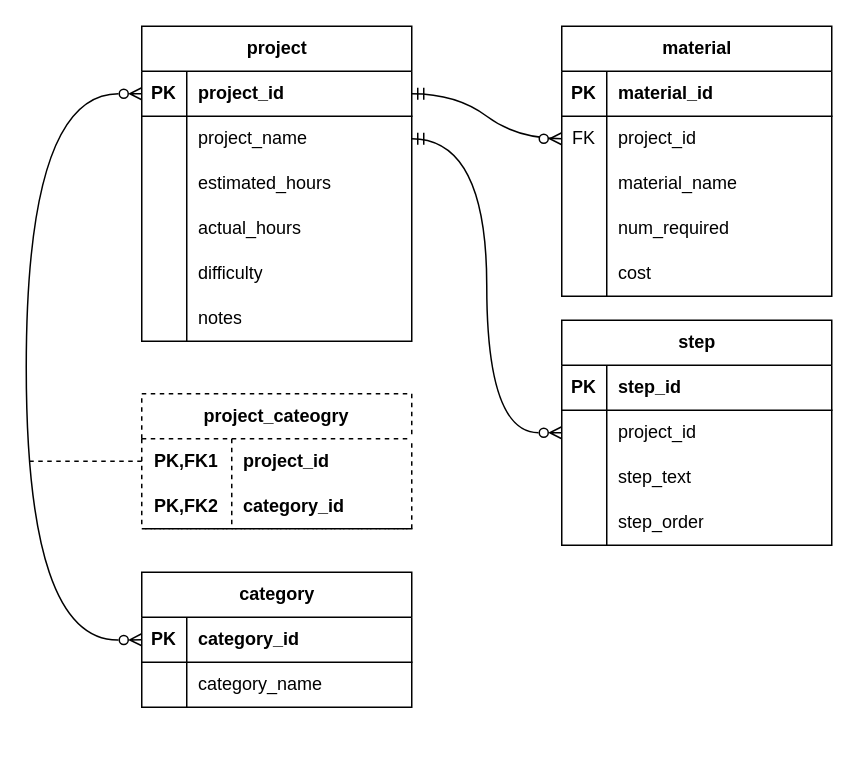
Above: src/main/resources/projects_erd.drawio in ProjectGrantwood/mysql-java-projects (draw.io), before the change. Source tidied: cells renumbered, new cells numbered last; positions are measured from the earlier drawing's top-left corner, leaving out a move shared by most shapes. Both pictures are drawn from the tidied source at 150%, with x=0, y=0 at pixel (26, 26).
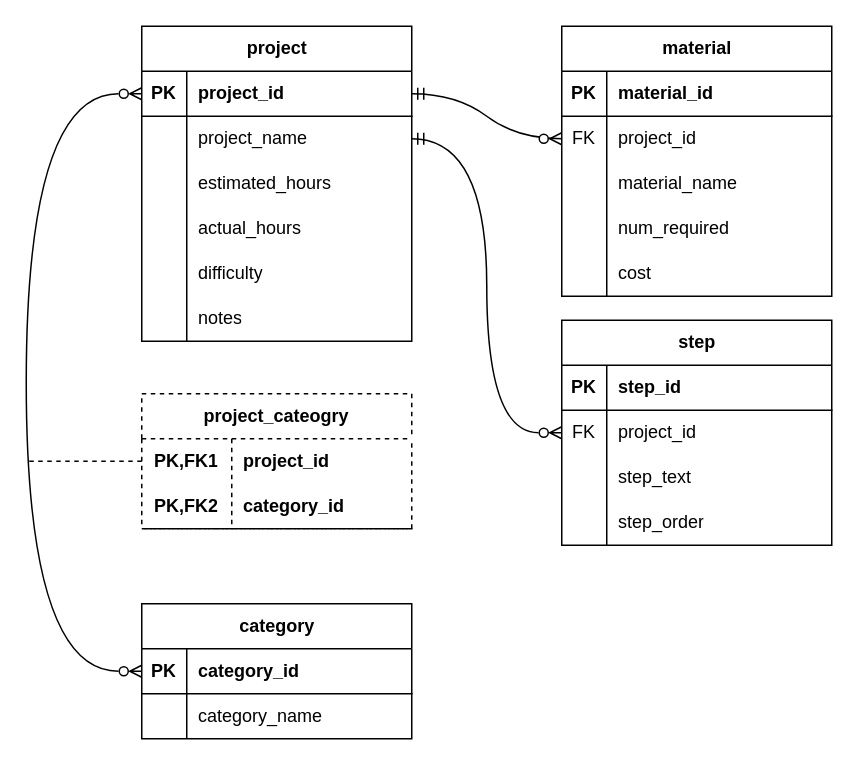
Above is the later version.

Commit message (it also covers changes not shown here):
added an FK in one table

The change refers to these unchanged cells:
```xml
<mxCell id="4" style="shape=tableRow;horizontal=0;startSize=0;swimlaneHead=0;swimlaneBody=0;fillColor=none;points=[[0,0.5],[1,0.5]];portConstraint=eastwest;top=0;left=0;right=0;bottom=1;" parent="3" vertex="1">
  <mxGeometry y="30" width="180" height="30" as="geometry" />
</mxCell>
<mxCell id="5" value="PK" style="shape=partialRectangle;fillColor=none;top=0;left=0;bottom=0;right=0;fontStyle=1;overflow=hidden;whiteSpace=wrap;html=1;" parent="4" vertex="1">
  <mxGeometry width="30" height="30" as="geometry" />
</mxCell>
<mxCell id="43" style="shape=tableRow;horizontal=0;startSize=0;swimlaneHead=0;swimlaneBody=0;fillColor=none;points=[[0,0.5],[1,0.5]];portConstraint=eastwest;top=0;left=0;right=0;bottom=0;" parent="39" vertex="1">
  <mxGeometry y="60" width="180" height="30" as="geometry" />
</mxCell>
<mxCell id="53" style="shape=tableRow;horizontal=0;startSize=0;swimlaneHead=0;swimlaneBody=0;fillColor=none;points=[[0,0.5],[1,0.5]];portConstraint=eastwest;top=0;left=0;right=0;bottom=1;" parent="52" vertex="1">
  <mxGeometry y="30" width="180" height="30" as="geometry" />
</mxCell>
```

The edit, as a diff of the source:
```diff
@@
-    <mxCell id="44" style="shape=partialRectangle;fillColor=none;top=0;left=0;bottom=0;right=0;overflow=hidden;whiteSpace=wrap;html=1;" parent="43" vertex="1">
+    <mxCell id="44" value="FK" style="shape=partialRectangle;fillColor=none;top=0;left=0;bottom=0;right=0;overflow=hidden;whiteSpace=wrap;html=1;" parent="43" vertex="1">
       <mxGeometry width="30" height="30" as="geometry" />
     </mxCell>
@@
     <mxCell id="52" value="category" style="shape=table;startSize=30;childLayout=tableLayout;rowLines=0;fontStyle=1;align=center;html=1;" parent="1" vertex="1">
-      <mxGeometry x="77" y="364" width="180" height="90" as="geometry" />
+      <mxGeometry x="77" y="385" width="180" height="90" as="geometry" />
     </mxCell>
@@
-    <mxCell id="67" style="edgeStyle=orthogonalEdgeStyle;jettySize=auto;html=1;entryX=0;entryY=0.5;entryDx=0;entryDy=0;startArrow=ERzeroToMany;startFill=0;endArrow=ERzeroToMany;endFill=0;curved=1;shadow=0;" parent="1" edge="1" source="4" target="53">
+    <mxCell id="67" style="edgeStyle=orthogonalEdgeStyle;jettySize=auto;html=1;entryX=0;entryY=0.5;entryDx=0;entryDy=0;startArrow=ERzeroToMany;startFill=0;endArrow=ERzeroToMany;endFill=0;curved=1;shadow=0;exitX=0;exitY=0.5;exitDx=0;exitDy=0;" parent="1" edge="1" source="5" target="53">
       <mxGeometry relative="1" as="geometry">
         <Array as="points">
           <mxPoint y="45" />
-          <mxPoint y="410" />
+          <mxPoint y="430" />
         </Array>
       </mxGeometry>
     </mxCell>
```
